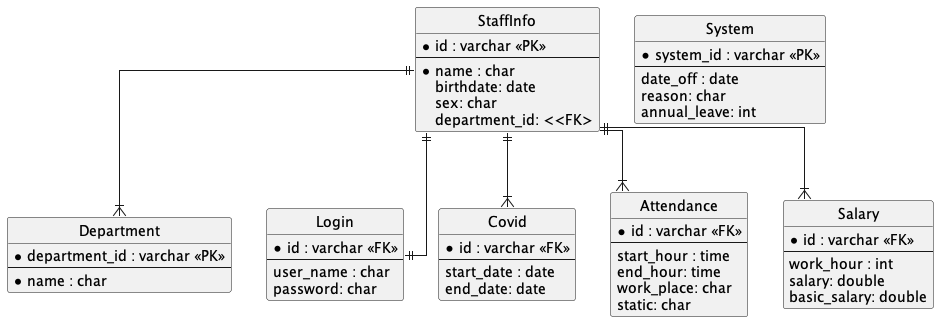
Before: out/UML/ERD/ERD.png, a diagram exported from PlantUML (ashleynguyen07/asset-management).
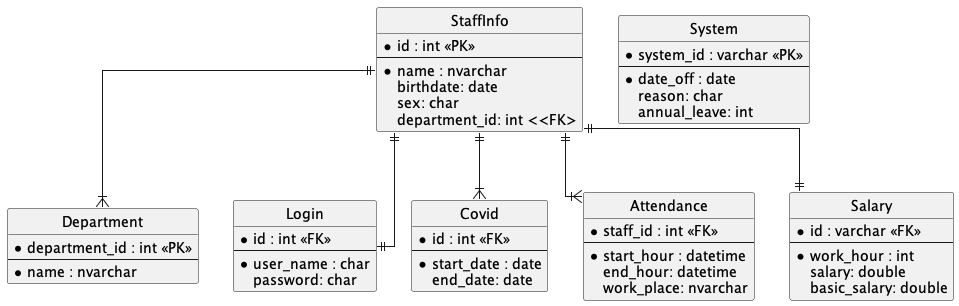
After the change.

Diff of the diagram source:
```diff
@@ -5,47 +5,46 @@
 skinparam linetype ortho
 
 entity "Department" as deparment {
-  *department_id : varchar <<PK>>
+  *department_id : int <<PK>>
   --
-  *name : char
+  *name : nvarchar
 }
 
 entity "StaffInfo" as staffInfo {
-  *id : varchar <<PK>>
+  *id : int <<PK>>
   --
-  *name : char
+  *name : nvarchar
   birthdate: date
   sex: char
-  department_id: <<FK>
+  department_id: int <<FK>
 }
 
 entity "Login" as login {
-  *id : varchar <<FK>>
+  *id : int <<FK>>
   --
-  user_name : char
+  *user_name : char
   password: char
 }
 
 entity "Covid" as covid {
-  *id : varchar <<FK>>
+  *id : int <<FK>>
   --
-  start_date : date
+  *start_date : date
   end_date: date
 }
 
 entity "Attendance" as attendance {
-  *id : varchar <<FK>>
+  *staff_id : int <<FK>>
   --
-  start_hour : time
-  end_hour: time
-  work_place: char
-  static: char
+  *start_hour : datetime
+  end_hour: datetime
+  work_place: nvarchar
 }
 
 entity "Salary" as salary {
   *id : varchar <<FK>>
   --
-  work_hour : int
+  *work_hour : int
   salary: double
   basic_salary: double
 }
@@ -53,7 +52,7 @@
 entity "System" as system {
   *system_id : varchar <<PK>>
   --
-  date_off : date
+  *date_off : date
   reason: char
   annual_leave: int
 }
@@ -61,7 +60,7 @@
 staffInfo ||--|{ deparment
 staffInfo ||--|| login
 staffInfo ||--|{ covid
-staffInfo ||--|{ salary
+staffInfo ||--|| salary
 staffInfo ||--|{ attendance
 
 
```
